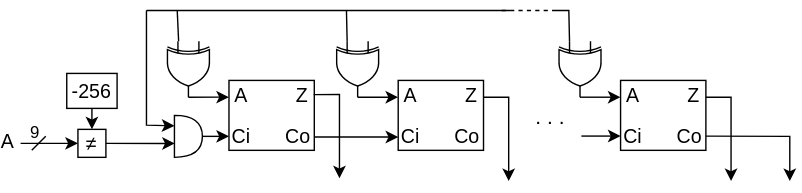
Before: diagramas_tfm/absval.svg, a diagram exported from draw.io (tremon36/miTFM). Source tidied: cells renumbered, new cells last; positions are measured from the earlier drawing's top-left corner, leaving out a move shared by most shapes. The source it was exported from:
```xml
<mxGraphModel>
  <root>
    <mxCell id="0" />
    <mxCell id="1" parent="0" />
    <mxCell id="2" style="verticalLabelPosition=bottom;shadow=0;dashed=0;align=center;html=1;verticalAlign=top;shape=mxgraph.electrical.logic_gates.logic_gate;operation=xor;rotation=90;" parent="1" vertex="1">
      <mxGeometry x="114" y="27" width="40" height="30" as="geometry" />
    </mxCell>
    <mxCell id="3" style="rounded=0;whiteSpace=wrap;html=1;" parent="1" vertex="1">
      <mxGeometry x="163" y="50" width="61" height="50" as="geometry" />
    </mxCell>
    <mxCell id="4" style="endArrow=classic;html=1;rounded=0;entryX=0;entryY=0.239;entryDx=0;entryDy=0;exitX=1;exitY=0.5;exitDx=0;exitDy=0;exitPerimeter=0;entryPerimeter=0;" parent="1" edge="1" source="2" target="3">
      <mxGeometry relative="1" as="geometry" />
    </mxCell>
    <mxCell id="5" value="&lt;font style=&quot;font-size: 14px;&quot;&gt;A&lt;/font&gt;" style="text;html=1;align=center;verticalAlign=middle;whiteSpace=wrap;rounded=0;" parent="1" vertex="1">
      <mxGeometry x="163" y="53" width="18" height="16" as="geometry" />
    </mxCell>
    <mxCell id="6" value="&lt;font style=&quot;font-size: 14px;&quot;&gt;Ci&lt;/font&gt;" style="text;html=1;align=center;verticalAlign=middle;whiteSpace=wrap;rounded=0;" parent="1" vertex="1">
      <mxGeometry x="165" y="81.6" width="14" height="16.8" as="geometry" />
    </mxCell>
    <mxCell id="7" value="&lt;font style=&quot;font-size: 14px;&quot;&gt;Co&lt;/font&gt;" style="text;html=1;align=center;verticalAlign=middle;whiteSpace=wrap;rounded=0;" parent="1" vertex="1">
      <mxGeometry x="201" y="80.9" width="23" height="18.2" as="geometry" />
    </mxCell>
    <mxCell id="8" value="&lt;font style=&quot;font-size: 14px;&quot;&gt;Z&lt;/font&gt;" style="text;html=1;align=center;verticalAlign=middle;whiteSpace=wrap;rounded=0;" parent="1" vertex="1">
      <mxGeometry x="207" y="53" width="17" height="16" as="geometry" />
    </mxCell>
    <mxCell id="9" value="&lt;font style=&quot;font-size: 14px;&quot;&gt;≠&lt;/font&gt;" style="rounded=0;whiteSpace=wrap;html=1;" parent="1" vertex="1">
      <mxGeometry x="55" y="85" width="20" height="20" as="geometry" />
    </mxCell>
    <mxCell id="10" style="shape=or;whiteSpace=wrap;html=1;" parent="1" vertex="1">
      <mxGeometry x="124" y="75" width="20" height="30" as="geometry" />
    </mxCell>
    <mxCell id="11" style="endArrow=classic;html=1;rounded=0;" parent="1" edge="1">
      <mxGeometry relative="1" as="geometry">
        <mxPoint x="144" y="90" as="sourcePoint" />
        <mxPoint x="163" y="90" as="targetPoint" />
      </mxGeometry>
    </mxCell>
    <mxCell id="12" style="endArrow=classic;html=1;rounded=0;" parent="1" edge="1">
      <mxGeometry relative="1" as="geometry">
        <mxPoint x="14" y="95" as="sourcePoint" />
        <mxPoint x="55" y="95" as="targetPoint" />
      </mxGeometry>
    </mxCell>
    <mxCell id="13" style="endArrow=classic;html=1;rounded=0;entryX=0.5;entryY=0;entryDx=0;entryDy=0;" parent="1" edge="1" target="9">
      <mxGeometry relative="1" as="geometry">
        <mxPoint x="65" y="68" as="sourcePoint" />
      </mxGeometry>
    </mxCell>
    <mxCell id="14" style="endArrow=classic;html=1;rounded=0;exitX=1;exitY=0.5;exitDx=0;exitDy=0;entryX=0.014;entryY=0.669;entryDx=0;entryDy=0;entryPerimeter=0;" parent="1" edge="1" source="9" target="10">
      <mxGeometry relative="1" as="geometry" />
    </mxCell>
    <mxCell id="15" value="&lt;font style=&quot;font-size: 14px;&quot;&gt;-256&lt;/font&gt;" style="rounded=0;whiteSpace=wrap;html=1;" parent="1" vertex="1">
      <mxGeometry x="47" y="45" width="36" height="25" as="geometry" />
    </mxCell>
    <mxCell id="16" style="endArrow=none;html=1;rounded=0;" parent="1" edge="1">
      <mxGeometry relative="1" as="geometry">
        <mxPoint x="22" y="100" as="sourcePoint" />
        <mxPoint x="32" y="90" as="targetPoint" />
      </mxGeometry>
    </mxCell>
    <mxCell id="17" value="9" style="text;html=1;align=center;verticalAlign=middle;whiteSpace=wrap;rounded=0;" parent="1" vertex="1">
      <mxGeometry x="20" y="82" width="9" height="12" as="geometry" />
    </mxCell>
    <mxCell id="18" style="endArrow=classic;html=1;rounded=0;entryX=0;entryY=0.25;entryDx=0;entryDy=0;entryPerimeter=0;" parent="1" edge="1" target="10">
      <mxGeometry relative="1" as="geometry">
        <mxPoint x="104" as="sourcePoint" />
        <Array as="points">
          <mxPoint x="104" y="82" />
        </Array>
      </mxGeometry>
    </mxCell>
    <mxCell id="19" value="&lt;font style=&quot;font-size: 14px;&quot;&gt;A&lt;/font&gt;" style="text;html=1;align=center;verticalAlign=middle;whiteSpace=wrap;rounded=0;" parent="1" vertex="1">
      <mxGeometry y="89" width="10" height="10" as="geometry" />
    </mxCell>
    <mxCell id="20" style="rounded=0;whiteSpace=wrap;html=1;" parent="1" vertex="1">
      <mxGeometry x="284" y="50" width="61" height="50" as="geometry" />
    </mxCell>
    <mxCell id="21" style="endArrow=classic;html=1;rounded=0;entryX=0;entryY=0.75;entryDx=0;entryDy=0;exitX=1;exitY=0.75;exitDx=0;exitDy=0;" parent="1" edge="1">
      <mxGeometry relative="1" as="geometry">
        <mxPoint x="224" y="90.5" as="sourcePoint" />
        <mxPoint x="284" y="90.5" as="targetPoint" />
      </mxGeometry>
    </mxCell>
    <mxCell id="22" style="verticalLabelPosition=bottom;shadow=0;dashed=0;align=center;html=1;verticalAlign=top;shape=mxgraph.electrical.logic_gates.logic_gate;operation=xor;rotation=90;" parent="1" vertex="1">
      <mxGeometry x="235" y="27" width="40" height="30" as="geometry" />
    </mxCell>
    <mxCell id="23" style="endArrow=classic;html=1;rounded=0;entryX=-0.001;entryY=0.24;entryDx=0;entryDy=0;exitX=1;exitY=0.5;exitDx=0;exitDy=0;exitPerimeter=0;entryPerimeter=0;" parent="1" edge="1" source="22" target="20">
      <mxGeometry relative="1" as="geometry" />
    </mxCell>
    <mxCell id="24" style="endArrow=classic;html=1;rounded=0;exitX=0.993;exitY=0.203;exitDx=0;exitDy=0;exitPerimeter=0;" parent="1" edge="1" source="3">
      <mxGeometry relative="1" as="geometry">
        <mxPoint x="242" y="120" as="targetPoint" />
        <Array as="points">
          <mxPoint x="242" y="60" />
        </Array>
      </mxGeometry>
    </mxCell>
    <mxCell id="25" value="&lt;font style=&quot;font-size: 15px;&quot;&gt;. . .&lt;/font&gt;" style="text;html=1;align=center;verticalAlign=middle;whiteSpace=wrap;rounded=0;" parent="1" vertex="1">
      <mxGeometry x="378" y="66" width="30" height="20" as="geometry" />
    </mxCell>
    <mxCell id="26" style="endArrow=classic;html=1;rounded=0;exitX=0.993;exitY=0.203;exitDx=0;exitDy=0;exitPerimeter=0;" parent="1" edge="1">
      <mxGeometry relative="1" as="geometry">
        <mxPoint x="345" y="62" as="sourcePoint" />
        <mxPoint x="363" y="122" as="targetPoint" />
        <Array as="points">
          <mxPoint x="363" y="62" />
        </Array>
      </mxGeometry>
    </mxCell>
    <mxCell id="27" style="rounded=0;whiteSpace=wrap;html=1;" parent="1" vertex="1">
      <mxGeometry x="443" y="50" width="61" height="50" as="geometry" />
    </mxCell>
    <mxCell id="28" style="verticalLabelPosition=bottom;shadow=0;dashed=0;align=center;html=1;verticalAlign=top;shape=mxgraph.electrical.logic_gates.logic_gate;operation=xor;rotation=90;" parent="1" vertex="1">
      <mxGeometry x="394" y="27" width="40" height="30" as="geometry" />
    </mxCell>
    <mxCell id="29" style="endArrow=classic;html=1;rounded=0;entryX=-0.001;entryY=0.24;entryDx=0;entryDy=0;exitX=1;exitY=0.5;exitDx=0;exitDy=0;exitPerimeter=0;entryPerimeter=0;" parent="1" edge="1" source="28" target="27">
      <mxGeometry relative="1" as="geometry" />
    </mxCell>
    <mxCell id="30" style="endArrow=classic;html=1;rounded=0;" parent="1" edge="1">
      <mxGeometry relative="1" as="geometry">
        <mxPoint x="415" y="89.8" as="sourcePoint" />
        <mxPoint x="443" y="89.8" as="targetPoint" />
      </mxGeometry>
    </mxCell>
    <mxCell id="31" style="endArrow=classic;html=1;rounded=0;exitX=0.993;exitY=0.203;exitDx=0;exitDy=0;exitPerimeter=0;" parent="1" edge="1">
      <mxGeometry relative="1" as="geometry">
        <mxPoint x="504" y="62" as="sourcePoint" />
        <mxPoint x="522" y="122" as="targetPoint" />
        <Array as="points">
          <mxPoint x="522" y="62" />
        </Array>
      </mxGeometry>
    </mxCell>
    <mxCell id="32" style="endArrow=classic;html=1;rounded=0;" parent="1" edge="1">
      <mxGeometry relative="1" as="geometry">
        <mxPoint x="504" y="89.8" as="sourcePoint" />
        <mxPoint x="564" y="122" as="targetPoint" />
        <Array as="points">
          <mxPoint x="564" y="90" />
        </Array>
      </mxGeometry>
    </mxCell>
    <mxCell id="33" value="&lt;font style=&quot;font-size: 14px;&quot;&gt;A&lt;/font&gt;" style="text;html=1;align=center;verticalAlign=middle;whiteSpace=wrap;rounded=0;" parent="1" vertex="1">
      <mxGeometry x="443" y="52.9" width="18" height="16" as="geometry" />
    </mxCell>
    <mxCell id="34" value="&lt;font style=&quot;font-size: 14px;&quot;&gt;Ci&lt;/font&gt;" style="text;html=1;align=center;verticalAlign=middle;whiteSpace=wrap;rounded=0;" parent="1" vertex="1">
      <mxGeometry x="445" y="81.5" width="14" height="16.8" as="geometry" />
    </mxCell>
    <mxCell id="35" value="&lt;font style=&quot;font-size: 14px;&quot;&gt;Co&lt;/font&gt;" style="text;html=1;align=center;verticalAlign=middle;whiteSpace=wrap;rounded=0;" parent="1" vertex="1">
      <mxGeometry x="481" y="80.8" width="23" height="18.2" as="geometry" />
    </mxCell>
    <mxCell id="36" value="&lt;font style=&quot;font-size: 14px;&quot;&gt;Z&lt;/font&gt;" style="text;html=1;align=center;verticalAlign=middle;whiteSpace=wrap;rounded=0;" parent="1" vertex="1">
      <mxGeometry x="487" y="52.9" width="17" height="16" as="geometry" />
    </mxCell>
    <mxCell id="37" value="&lt;font style=&quot;font-size: 14px;&quot;&gt;A&lt;/font&gt;" style="text;html=1;align=center;verticalAlign=middle;whiteSpace=wrap;rounded=0;" parent="1" vertex="1">
      <mxGeometry x="284" y="52.9" width="18" height="16" as="geometry" />
    </mxCell>
    <mxCell id="38" value="&lt;font style=&quot;font-size: 14px;&quot;&gt;Ci&lt;/font&gt;" style="text;html=1;align=center;verticalAlign=middle;whiteSpace=wrap;rounded=0;" parent="1" vertex="1">
      <mxGeometry x="286" y="81.6" width="14" height="16.8" as="geometry" />
    </mxCell>
    <mxCell id="39" value="&lt;font style=&quot;font-size: 14px;&quot;&gt;Co&lt;/font&gt;" style="text;html=1;align=center;verticalAlign=middle;whiteSpace=wrap;rounded=0;" parent="1" vertex="1">
      <mxGeometry x="322" y="80.8" width="23" height="18.2" as="geometry" />
    </mxCell>
    <mxCell id="40" value="&lt;font style=&quot;font-size: 14px;&quot;&gt;Z&lt;/font&gt;" style="text;html=1;align=center;verticalAlign=middle;whiteSpace=wrap;rounded=0;" parent="1" vertex="1">
      <mxGeometry x="328" y="52.9" width="17" height="16" as="geometry" />
    </mxCell>
    <mxCell id="41" style="endArrow=none;html=1;rounded=0;" parent="1" edge="1">
      <mxGeometry relative="1" as="geometry">
        <mxPoint x="104" as="sourcePoint" />
        <mxPoint x="364" as="targetPoint" />
      </mxGeometry>
    </mxCell>
    <mxCell id="42" style="endArrow=none;dashed=1;html=1;rounded=0;" parent="1" edge="1">
      <mxGeometry relative="1" as="geometry">
        <mxPoint x="358" as="sourcePoint" />
        <mxPoint x="394" as="targetPoint" />
      </mxGeometry>
    </mxCell>
    <mxCell id="43" style="endArrow=none;html=1;rounded=0;exitX=0;exitY=0.75;exitDx=0;exitDy=0;exitPerimeter=0;" parent="1" edge="1" source="28">
      <mxGeometry relative="1" as="geometry">
        <mxPoint x="394" as="targetPoint" />
        <Array as="points">
          <mxPoint x="406" />
        </Array>
      </mxGeometry>
    </mxCell>
    <mxCell id="44" style="endArrow=none;html=1;rounded=0;exitX=0;exitY=0.75;exitDx=0;exitDy=0;exitPerimeter=0;" parent="1" edge="1" source="22">
      <mxGeometry relative="1" as="geometry">
        <mxPoint x="247" as="targetPoint" />
      </mxGeometry>
    </mxCell>
    <mxCell id="45" style="endArrow=none;html=1;rounded=0;exitX=0;exitY=0.75;exitDx=0;exitDy=0;exitPerimeter=0;" parent="1" edge="1">
      <mxGeometry relative="1" as="geometry">
        <mxPoint x="127" y="22" as="sourcePoint" />
        <mxPoint x="126" as="targetPoint" />
      </mxGeometry>
    </mxCell>
  </root>
</mxGraphModel>
```
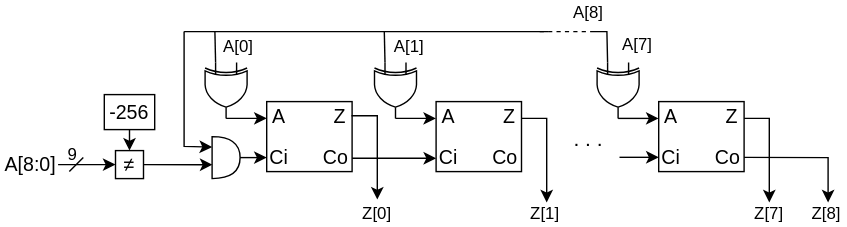
Later version of the same file.

What changed in the source:
```diff
@@ -69,8 +69,8 @@
         </Array>
       </mxGeometry>
     </mxCell>
-    <mxCell id="19" value="&lt;font style=&quot;font-size: 14px;&quot;&gt;A&lt;/font&gt;" style="text;html=1;align=center;verticalAlign=middle;whiteSpace=wrap;rounded=0;" parent="1" vertex="1">
-      <mxGeometry y="89" width="10" height="10" as="geometry" />
+    <mxCell id="19" value="&lt;font style=&quot;font-size: 14px;&quot;&gt;A[8:0]&lt;/font&gt;" style="text;html=1;align=center;verticalAlign=middle;whiteSpace=wrap;rounded=0;" parent="1" vertex="1">
+      <mxGeometry x="-27" y="85" width="43" height="19" as="geometry" />
     </mxCell>
     <mxCell id="20" style="rounded=0;whiteSpace=wrap;html=1;" parent="1" vertex="1">
       <mxGeometry x="284" y="50" width="61" height="50" as="geometry" />
@@ -189,11 +189,34 @@
         <mxPoint x="247" as="targetPoint" />
       </mxGeometry>
     </mxCell>
-    <mxCell id="45" style="endArrow=none;html=1;rounded=0;exitX=0;exitY=0.75;exitDx=0;exitDy=0;exitPerimeter=0;" parent="1" edge="1">
+    <mxCell id="45" style="endArrow=none;html=1;rounded=0;exitX=0;exitY=0.75;exitDx=0;exitDy=0;exitPerimeter=0;" parent="1" edge="1" source="2">
       <mxGeometry relative="1" as="geometry">
-        <mxPoint x="127" y="22" as="sourcePoint" />
         <mxPoint x="126" as="targetPoint" />
       </mxGeometry>
     </mxCell>
+    <mxCell id="46" value="A[8]" style="text;html=1;align=center;verticalAlign=middle;whiteSpace=wrap;rounded=0;" parent="1" vertex="1">
+      <mxGeometry x="378" y="-22" width="30" height="18" as="geometry" />
+    </mxCell>
+    <mxCell id="47" value="A[7]" style="text;html=1;align=center;verticalAlign=middle;whiteSpace=wrap;rounded=0;" parent="1" vertex="1">
+      <mxGeometry x="413" y="1" width="30" height="18" as="geometry" />
+    </mxCell>
+    <mxCell id="48" value="A[1]" style="text;html=1;align=center;verticalAlign=middle;whiteSpace=wrap;rounded=0;" parent="1" vertex="1">
+      <mxGeometry x="250" y="2" width="30" height="18" as="geometry" />
+    </mxCell>
+    <mxCell id="49" value="A[0]" style="text;html=1;align=center;verticalAlign=middle;whiteSpace=wrap;rounded=0;" parent="1" vertex="1">
+      <mxGeometry x="128" y="2" width="30" height="18" as="geometry" />
+    </mxCell>
+    <mxCell id="50" value="Z[0]" style="text;html=1;align=center;verticalAlign=middle;whiteSpace=wrap;rounded=0;" parent="1" vertex="1">
+      <mxGeometry x="227" y="121" width="30" height="18" as="geometry" />
+    </mxCell>
+    <mxCell id="51" value="Z[1]" style="text;html=1;align=center;verticalAlign=middle;whiteSpace=wrap;rounded=0;" parent="1" vertex="1">
+      <mxGeometry x="347" y="121" width="30" height="18" as="geometry" />
+    </mxCell>
+    <mxCell id="52" value="Z[7]" style="text;html=1;align=center;verticalAlign=middle;whiteSpace=wrap;rounded=0;" parent="1" vertex="1">
+      <mxGeometry x="507" y="121" width="30" height="18" as="geometry" />
+    </mxCell>
+    <mxCell id="53" value="Z[8]" style="text;html=1;align=center;verticalAlign=middle;whiteSpace=wrap;rounded=0;" parent="1" vertex="1">
+      <mxGeometry x="548" y="121" width="30" height="18" as="geometry" />
+    </mxCell>
   </root>
 </mxGraphModel>
```
